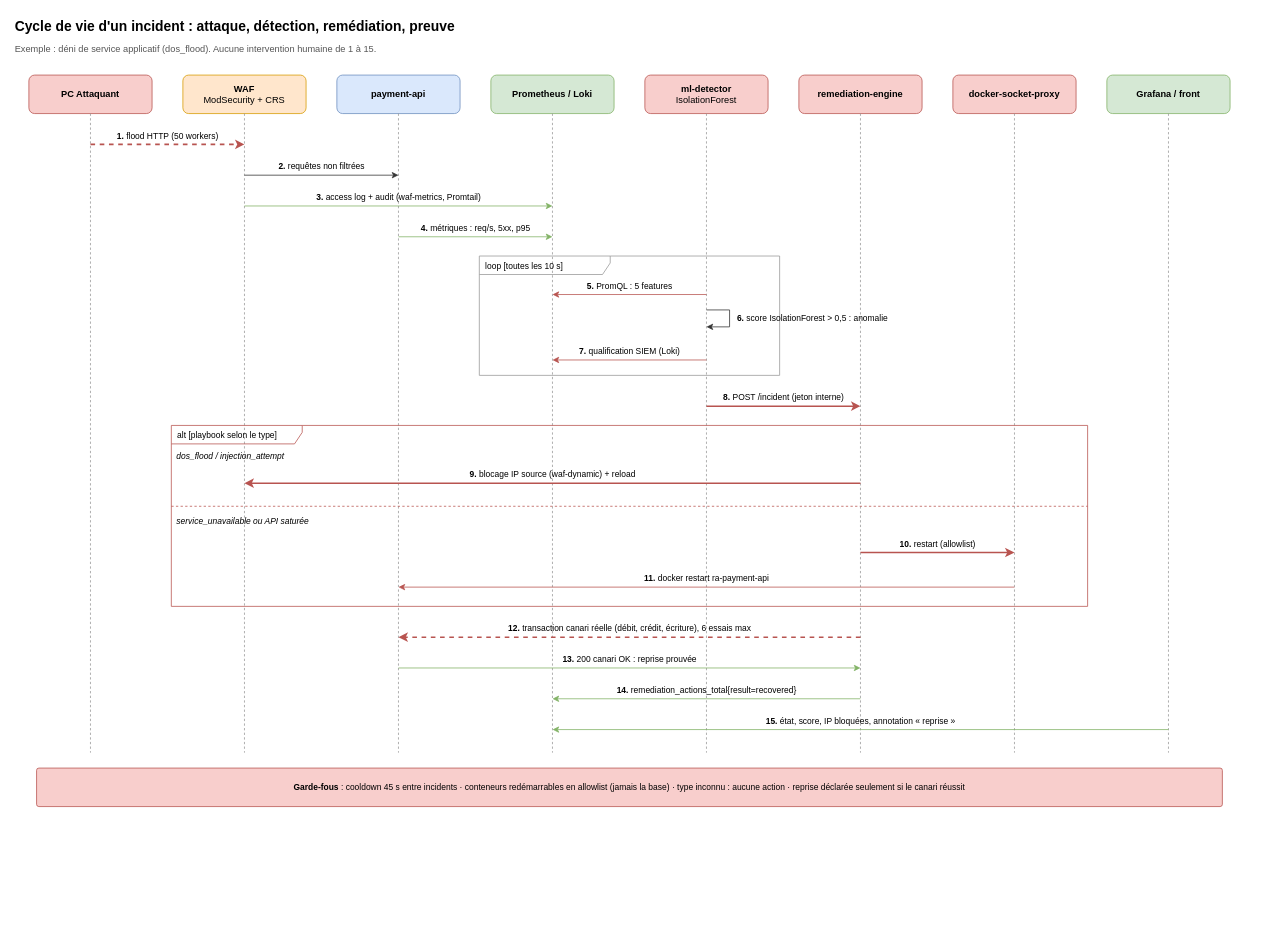
The draw.io diagram page "Séquence d'un incident" (1 of 2) of docs/diagrams/incident.drawio in Rococo77/Workshop-26, before the edit. Source tidied: cells renumbered, new cells numbered last; positions are measured from the earlier drawing's top-left corner, leaving out a move shared by most shapes. Both pictures are drawn from the tidied source at 77%, with x=0, y=0 at pixel (13, 13).
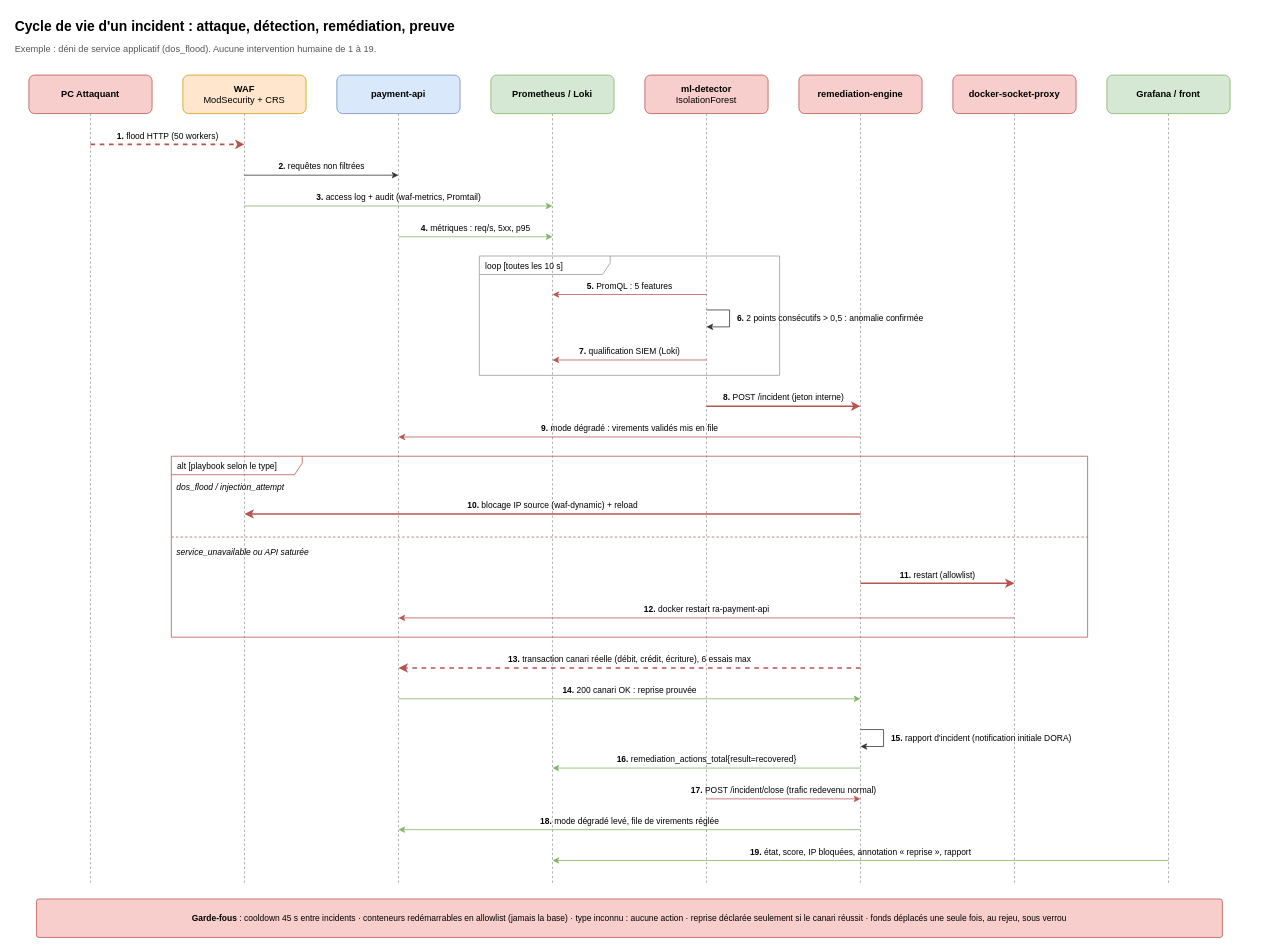
The same diagram, later.

Change to the diagram source:
```diff
@@
-    <mxCell id="3" value="Exemple : déni de service applicatif (dos_flood). Aucune intervention humaine de 1 à 15." style="text;html=1;whiteSpace=wrap;align=left;verticalAlign=top;fontSize=12;fontColor=#555555;" parent="1" vertex="1">
+    <mxCell id="3" value="Exemple : déni de service applicatif (dos_flood). Aucune intervention humaine de 1 à 19." style="text;html=1;whiteSpace=wrap;align=left;verticalAlign=top;fontSize=12;fontColor=#555555;" parent="1" vertex="1">
       <mxGeometry y="32" width="1620" height="24" as="geometry" />
     </mxCell>
@@
     <mxCell id="5" style="html=1;fontSize=11;labelBackgroundColor=default;strokeColor=#999999;strokeWidth=1;endFill=1;dashed=1;endArrow=none;" parent="1" edge="1">
       <mxGeometry relative="1" as="geometry">
         <mxPoint x="100" y="130" as="sourcePoint" />
-        <mxPoint x="100" y="960" as="targetPoint" />
+        <mxPoint x="100" y="1130" as="targetPoint" />
       </mxGeometry>
     </mxCell>
@@
     <mxCell id="7" style="html=1;fontSize=11;labelBackgroundColor=default;strokeColor=#999999;strokeWidth=1;endFill=1;dashed=1;endArrow=none;" parent="1" edge="1">
       <mxGeometry relative="1" as="geometry">
         <mxPoint x="300" y="130" as="sourcePoint" />
-        <mxPoint x="300" y="960" as="targetPoint" />
+        <mxPoint x="300" y="1130" as="targetPoint" />
       </mxGeometry>
     </mxCell>
@@
     <mxCell id="9" style="html=1;fontSize=11;labelBackgroundColor=default;strokeColor=#999999;strokeWidth=1;endFill=1;dashed=1;endArrow=none;" parent="1" edge="1">
       <mxGeometry relative="1" as="geometry">
         <mxPoint x="500" y="130" as="sourcePoint" />
-        <mxPoint x="500" y="960" as="targetPoint" />
+        <mxPoint x="500" y="1130" as="targetPoint" />
       </mxGeometry>
     </mxCell>
@@
     <mxCell id="11" style="html=1;fontSize=11;labelBackgroundColor=default;strokeColor=#999999;strokeWidth=1;endFill=1;dashed=1;endArrow=none;" parent="1" edge="1">
       <mxGeometry relative="1" as="geometry">
         <mxPoint x="700" y="130" as="sourcePoint" />
-        <mxPoint x="700" y="960" as="targetPoint" />
+        <mxPoint x="700" y="1130" as="targetPoint" />
       </mxGeometry>
     </mxCell>
@@
     <mxCell id="13" style="html=1;fontSize=11;labelBackgroundColor=default;strokeColor=#999999;strokeWidth=1;endFill=1;dashed=1;endArrow=none;" parent="1" edge="1">
       <mxGeometry relative="1" as="geometry">
         <mxPoint x="900" y="130" as="sourcePoint" />
-        <mxPoint x="900" y="960" as="targetPoint" />
+        <mxPoint x="900" y="1130" as="targetPoint" />
       </mxGeometry>
     </mxCell>
@@
     <mxCell id="15" style="html=1;fontSize=11;labelBackgroundColor=default;strokeColor=#999999;strokeWidth=1;endFill=1;dashed=1;endArrow=none;" parent="1" edge="1">
       <mxGeometry relative="1" as="geometry">
         <mxPoint x="1100" y="130" as="sourcePoint" />
-        <mxPoint x="1100" y="960" as="targetPoint" />
+        <mxPoint x="1100" y="1130" as="targetPoint" />
       </mxGeometry>
     </mxCell>
@@
     <mxCell id="17" style="html=1;fontSize=11;labelBackgroundColor=default;strokeColor=#999999;strokeWidth=1;endFill=1;dashed=1;endArrow=none;" parent="1" edge="1">
       <mxGeometry relative="1" as="geometry">
         <mxPoint x="1300" y="130" as="sourcePoint" />
-        <mxPoint x="1300" y="960" as="targetPoint" />
+        <mxPoint x="1300" y="1130" as="targetPoint" />
       </mxGeometry>
     </mxCell>
@@
     <mxCell id="19" style="html=1;fontSize=11;labelBackgroundColor=default;strokeColor=#999999;strokeWidth=1;endFill=1;dashed=1;endArrow=none;" parent="1" edge="1">
       <mxGeometry relative="1" as="geometry">
         <mxPoint x="1500" y="130" as="sourcePoint" />
-        <mxPoint x="1500" y="960" as="targetPoint" />
+        <mxPoint x="1500" y="1130" as="targetPoint" />
       </mxGeometry>
     </mxCell>
@@
-    <mxCell id="27" value="&lt;b&gt;6.&lt;/b&gt; score IsolationForest &gt; 0,5 : anomalie" style="text;html=1;whiteSpace=wrap;align=left;verticalAlign=top;fontSize=11;verticalAlign=middle;" parent="1" vertex="1">
+    <mxCell id="27" value="&lt;b&gt;6.&lt;/b&gt; 2 points consécutifs &gt; 0,5 : anomalie confirmée" style="text;html=1;whiteSpace=wrap;align=left;verticalAlign=top;fontSize=11;verticalAlign=middle;" parent="1" vertex="1">
       <mxGeometry x="938" y="384" width="420" height="24" as="geometry" />
     </mxCell>
@@
+    <mxCell id="42" value="&lt;b&gt;9.&lt;/b&gt; mode dégradé : virements validés mis en file" style="html=1;fontSize=11;labelBackgroundColor=default;strokeColor=#b85450;strokeWidth=1;endFill=1;verticalAlign=bottom;labelBackgroundColor=none;spacingBottom=2;" parent="1" edge="1">
+      <mxGeometry relative="1" as="geometry">
+        <mxPoint x="1100" y="550" as="sourcePoint" />
+        <mxPoint x="500" y="550" as="targetPoint" />
+      </mxGeometry>
+    </mxCell>
     <mxCell id="30" value="alt [playbook selon le type]" style="shape=umlFrame;whiteSpace=wrap;html=1;width=170;height=24;fontSize=11;strokeColor=#b85450;fillColor=none;boundedLbl=1;verticalAlign=top;align=left;spacingLeft=6;" parent="1" vertex="1">
-      <mxGeometry x="205" y="535" width="1190" height="235" as="geometry" />
+      <mxGeometry x="205" y="575" width="1190" height="235" as="geometry" />
     </mxCell>
     <mxCell id="31" value="&lt;i&gt;dos_flood / injection_attempt&lt;/i&gt;" style="text;html=1;whiteSpace=wrap;align=left;verticalAlign=top;fontSize=11;" parent="1" vertex="1">
-      <mxGeometry x="210" y="562" width="300" height="20" as="geometry" />
+      <mxGeometry x="210" y="602" width="300" height="20" as="geometry" />
     </mxCell>
-    <mxCell id="32" value="&lt;b&gt;9.&lt;/b&gt; blocage IP source (waf-dynamic) + reload" style="html=1;fontSize=11;labelBackgroundColor=default;strokeColor=#b85450;strokeWidth=2;endFill=1;verticalAlign=bottom;labelBackgroundColor=none;spacingBottom=2;" parent="1" edge="1">
-      <mxGeometry relative="1" as="geometry">
-        <mxPoint x="1100" y="610" as="sourcePoint" />
-        <mxPoint x="300" y="610" as="targetPoint" />
-      </mxGeometry>
-    </mxCell>
-    <mxCell id="33" style="html=1;fontSize=11;labelBackgroundColor=default;strokeColor=#b85450;strokeWidth=1;endFill=1;dashed=1;endArrow=none;" parent="1" edge="1">
+    <mxCell id="33" value="&lt;b&gt;10.&lt;/b&gt; blocage IP source (waf-dynamic) + reload" style="html=1;fontSize=11;labelBackgroundColor=default;strokeColor=#b85450;strokeWidth=2;endFill=1;verticalAlign=bottom;labelBackgroundColor=none;spacingBottom=2;" parent="1" edge="1">
       <mxGeometry relative="1" as="geometry">
-        <mxPoint x="205" y="640" as="sourcePoint" />
-        <mxPoint x="1395" y="640" as="targetPoint" />
+        <mxPoint x="1100" y="650" as="sourcePoint" />
+        <mxPoint x="300" y="650" as="targetPoint" />
       </mxGeometry>
     </mxCell>
+    <mxCell id="43" style="html=1;fontSize=11;labelBackgroundColor=default;strokeColor=#b85450;strokeWidth=1;endFill=1;dashed=1;endArrow=none;" parent="1" edge="1">
+      <mxGeometry relative="1" as="geometry">
+        <mxPoint x="205" y="680" as="sourcePoint" />
+        <mxPoint x="1395" y="680" as="targetPoint" />
+      </mxGeometry>
+    </mxCell>
     <mxCell id="34" value="&lt;i&gt;service_unavailable ou API saturée&lt;/i&gt;" style="text;html=1;whiteSpace=wrap;align=left;verticalAlign=top;fontSize=11;" parent="1" vertex="1">
-      <mxGeometry x="210" y="647" width="300" height="20" as="geometry" />
+      <mxGeometry x="210" y="687" width="300" height="20" as="geometry" />
     </mxCell>
-    <mxCell id="35" value="&lt;b&gt;10.&lt;/b&gt; restart (allowlist)" style="html=1;fontSize=11;labelBackgroundColor=default;strokeColor=#b85450;strokeWidth=2;endFill=1;verticalAlign=bottom;labelBackgroundColor=none;spacingBottom=2;" parent="1" edge="1">
-      <mxGeometry relative="1" as="geometry">
-        <mxPoint x="1100" y="700" as="sourcePoint" />
-        <mxPoint x="1300" y="700" as="targetPoint" />
-      </mxGeometry>
-    </mxCell>
-    <mxCell id="36" value="&lt;b&gt;11.&lt;/b&gt; docker restart ra-payment-api" style="html=1;fontSize=11;labelBackgroundColor=default;strokeColor=#b85450;strokeWidth=1;endFill=1;verticalAlign=bottom;labelBackgroundColor=none;spacingBottom=2;" parent="1" edge="1">
+    <mxCell id="36" value="&lt;b&gt;11.&lt;/b&gt; restart (allowlist)" style="html=1;fontSize=11;labelBackgroundColor=default;strokeColor=#b85450;strokeWidth=2;endFill=1;verticalAlign=bottom;labelBackgroundColor=none;spacingBottom=2;" parent="1" edge="1">
       <mxGeometry relative="1" as="geometry">
-        <mxPoint x="1300" y="745" as="sourcePoint" />
-        <mxPoint x="500" y="745" as="targetPoint" />
+        <mxPoint x="1100" y="740" as="sourcePoint" />
+        <mxPoint x="1300" y="740" as="targetPoint" />
       </mxGeometry>
     </mxCell>
-    <mxCell id="37" value="&lt;b&gt;12.&lt;/b&gt; transaction canari réelle (débit, crédit, écriture), 6 essais max" style="html=1;fontSize=11;labelBackgroundColor=default;strokeColor=#b85450;strokeWidth=2;endFill=1;dashed=1;verticalAlign=bottom;labelBackgroundColor=none;spacingBottom=2;" parent="1" edge="1">
+    <mxCell id="37" value="&lt;b&gt;12.&lt;/b&gt; docker restart ra-payment-api" style="html=1;fontSize=11;labelBackgroundColor=default;strokeColor=#b85450;strokeWidth=1;endFill=1;verticalAlign=bottom;labelBackgroundColor=none;spacingBottom=2;" parent="1" edge="1">
       <mxGeometry relative="1" as="geometry">
-        <mxPoint x="1100" y="810" as="sourcePoint" />
-        <mxPoint x="500" y="810" as="targetPoint" />
+        <mxPoint x="1300" y="785" as="sourcePoint" />
+        <mxPoint x="500" y="785" as="targetPoint" />
       </mxGeometry>
     </mxCell>
-    <mxCell id="38" value="&lt;b&gt;13.&lt;/b&gt; 200 canari OK : reprise prouvée" style="html=1;fontSize=11;labelBackgroundColor=default;strokeColor=#82b366;strokeWidth=1;endFill=1;verticalAlign=bottom;labelBackgroundColor=none;spacingBottom=2;" parent="1" edge="1">
+    <mxCell id="38" value="&lt;b&gt;13.&lt;/b&gt; transaction canari réelle (débit, crédit, écriture), 6 essais max" style="html=1;fontSize=11;labelBackgroundColor=default;strokeColor=#b85450;strokeWidth=2;endFill=1;dashed=1;verticalAlign=bottom;labelBackgroundColor=none;spacingBottom=2;" parent="1" edge="1">
       <mxGeometry relative="1" as="geometry">
-        <mxPoint x="500" y="850" as="sourcePoint" />
-        <mxPoint x="1100" y="850" as="targetPoint" />
+        <mxPoint x="1100" y="850" as="sourcePoint" />
+        <mxPoint x="500" y="850" as="targetPoint" />
       </mxGeometry>
     </mxCell>
-    <mxCell id="39" value="&lt;b&gt;14.&lt;/b&gt; remediation_actions_total{result=recovered}" style="html=1;fontSize=11;labelBackgroundColor=default;strokeColor=#82b366;strokeWidth=1;endFill=1;verticalAlign=bottom;labelBackgroundColor=none;spacingBottom=2;" parent="1" edge="1">
+    <mxCell id="39" value="&lt;b&gt;14.&lt;/b&gt; 200 canari OK : reprise prouvée" style="html=1;fontSize=11;labelBackgroundColor=default;strokeColor=#82b366;strokeWidth=1;endFill=1;verticalAlign=bottom;labelBackgroundColor=none;spacingBottom=2;" parent="1" edge="1">
       <mxGeometry relative="1" as="geometry">
-        <mxPoint x="1100" y="890" as="sourcePoint" />
-        <mxPoint x="700" y="890" as="targetPoint" />
+        <mxPoint x="500" y="890" as="sourcePoint" />
+        <mxPoint x="1100" y="890" as="targetPoint" />
       </mxGeometry>
     </mxCell>
-    <mxCell id="40" value="&lt;b&gt;15.&lt;/b&gt; état, score, IP bloquées, annotation « reprise »" style="html=1;fontSize=11;labelBackgroundColor=default;strokeColor=#82b366;strokeWidth=1;endFill=1;verticalAlign=bottom;labelBackgroundColor=none;spacingBottom=2;" parent="1" edge="1">
+    <mxCell id="40" style="html=1;strokeColor=#333333;endFill=1;edgeStyle=orthogonalEdgeStyle;rounded=0;" parent="1" edge="1">
       <mxGeometry relative="1" as="geometry">
-        <mxPoint x="1500" y="930" as="sourcePoint" />
-        <mxPoint x="700" y="930" as="targetPoint" />
+        <mxPoint x="1100" y="930" as="sourcePoint" />
+        <mxPoint x="1100" y="952" as="targetPoint" />
+        <Array as="points">
+          <mxPoint x="1130" y="930" />
+          <mxPoint x="1130" y="952" />
+        </Array>
       </mxGeometry>
     </mxCell>
-    <mxCell id="41" value="&lt;b&gt;Garde-fous&lt;/b&gt; : cooldown 45 s entre incidents · conteneurs redémarrables en allowlist (jamais la base) · type inconnu : aucune action · reprise déclarée seulement si le canari réussit" style="rounded=1;whiteSpace=wrap;html=1;fillColor=#f8cecc;strokeColor=#b85450;fontSize=11;arcSize=6;" parent="1" vertex="1">
-      <mxGeometry x="30" y="980" width="1540" height="50" as="geometry" />
-    </mxCell>
+    <mxCell id="44" value="&lt;b&gt;15.&lt;/b&gt; rapport d'incident (notification initiale DORA)" style="text;html=1;whiteSpace=wrap;align=left;verticalAlign=top;fontSize=11;verticalAlign=middle;" parent="1" vertex="1">
+      <mxGeometry x="1138" y="929" width="420" height="24" as="geometry" />
+    </mxCell>
+    <mxCell id="45" value="&lt;b&gt;16.&lt;/b&gt; remediation_actions_total{result=recovered}" style="html=1;fontSize=11;labelBackgroundColor=default;strokeColor=#82b366;strokeWidth=1;endFill=1;verticalAlign=bottom;labelBackgroundColor=none;spacingBottom=2;" parent="1" edge="1">
+      <mxGeometry relative="1" as="geometry">
+        <mxPoint x="1100" y="980" as="sourcePoint" />
+        <mxPoint x="700" y="980" as="targetPoint" />
+      </mxGeometry>
+    </mxCell>
+    <mxCell id="46" value="&lt;b&gt;17.&lt;/b&gt; POST /incident/close (trafic redevenu normal)" style="html=1;fontSize=11;labelBackgroundColor=default;strokeColor=#b85450;strokeWidth=1;endFill=1;verticalAlign=bottom;labelBackgroundColor=none;spacingBottom=2;" parent="1" edge="1">
+      <mxGeometry relative="1" as="geometry">
+        <mxPoint x="900" y="1020" as="sourcePoint" />
+        <mxPoint x="1100" y="1020" as="targetPoint" />
+      </mxGeometry>
+    </mxCell>
+    <mxCell id="47" value="&lt;b&gt;18.&lt;/b&gt; mode dégradé levé, file de virements réglée" style="html=1;fontSize=11;labelBackgroundColor=default;strokeColor=#82b366;strokeWidth=1;endFill=1;verticalAlign=bottom;labelBackgroundColor=none;spacingBottom=2;" parent="1" edge="1">
+      <mxGeometry relative="1" as="geometry">
+        <mxPoint x="1100" y="1060" as="sourcePoint" />
+        <mxPoint x="500" y="1060" as="targetPoint" />
+      </mxGeometry>
+    </mxCell>
+    <mxCell id="48" value="&lt;b&gt;19.&lt;/b&gt; état, score, IP bloquées, annotation « reprise », rapport" style="html=1;fontSize=11;labelBackgroundColor=default;strokeColor=#82b366;strokeWidth=1;endFill=1;verticalAlign=bottom;labelBackgroundColor=none;spacingBottom=2;" parent="1" edge="1">
+      <mxGeometry relative="1" as="geometry">
+        <mxPoint x="1500" y="1100" as="sourcePoint" />
+        <mxPoint x="700" y="1100" as="targetPoint" />
+      </mxGeometry>
+    </mxCell>
+    <mxCell id="49" value="&lt;b&gt;Garde-fous&lt;/b&gt; : cooldown 45 s entre incidents · conteneurs redémarrables en allowlist (jamais la base) · type inconnu : aucune action · reprise déclarée seulement si le canari réussit · fonds déplacés une seule fois, au rejeu, sous verrou" style="rounded=1;whiteSpace=wrap;html=1;fillColor=#f8cecc;strokeColor=#b85450;fontSize=11;arcSize=6;" parent="1" vertex="1">
+      <mxGeometry x="30" y="1150" width="1540" height="50" as="geometry" />
+    </mxCell>
```
